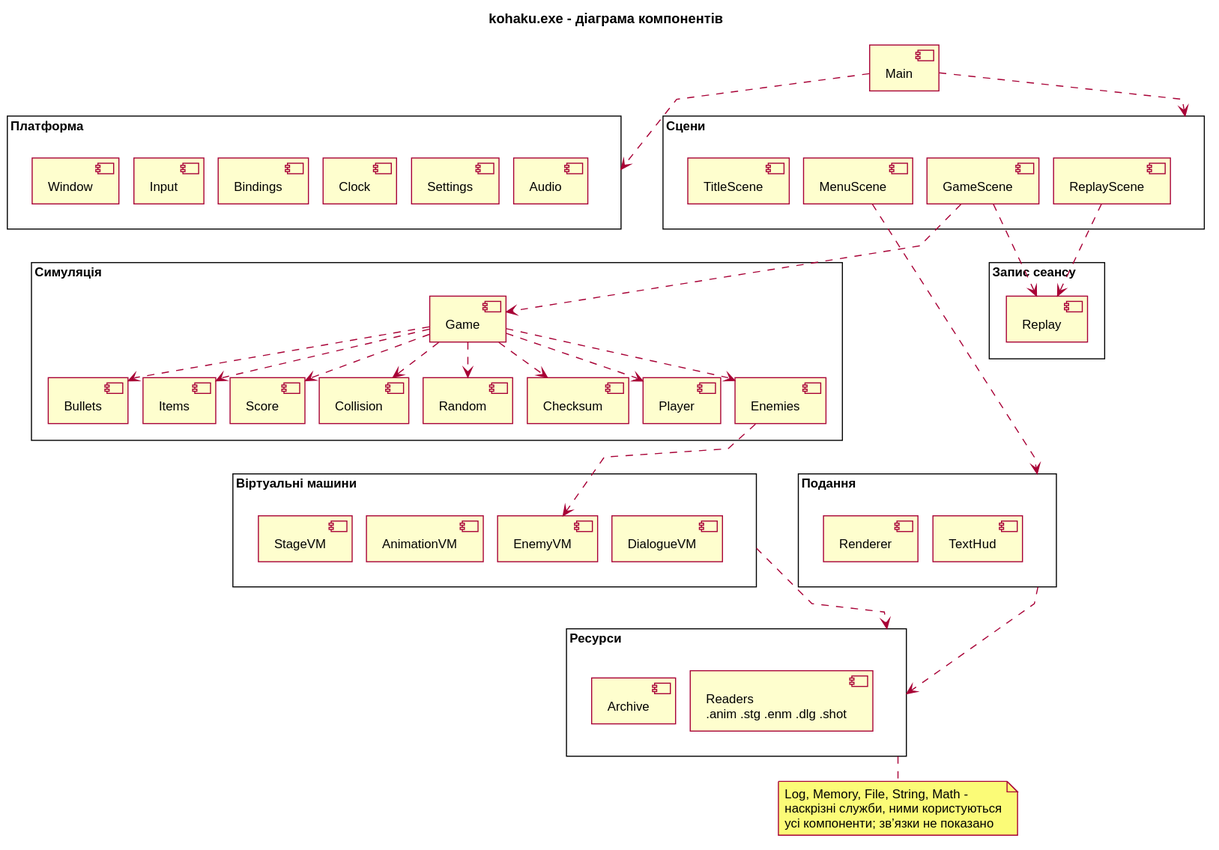
kostenuksoft/th-esis keeps this PlantUML diagram as docs/diagrams/level3-components.svg. Above is the earlier version.
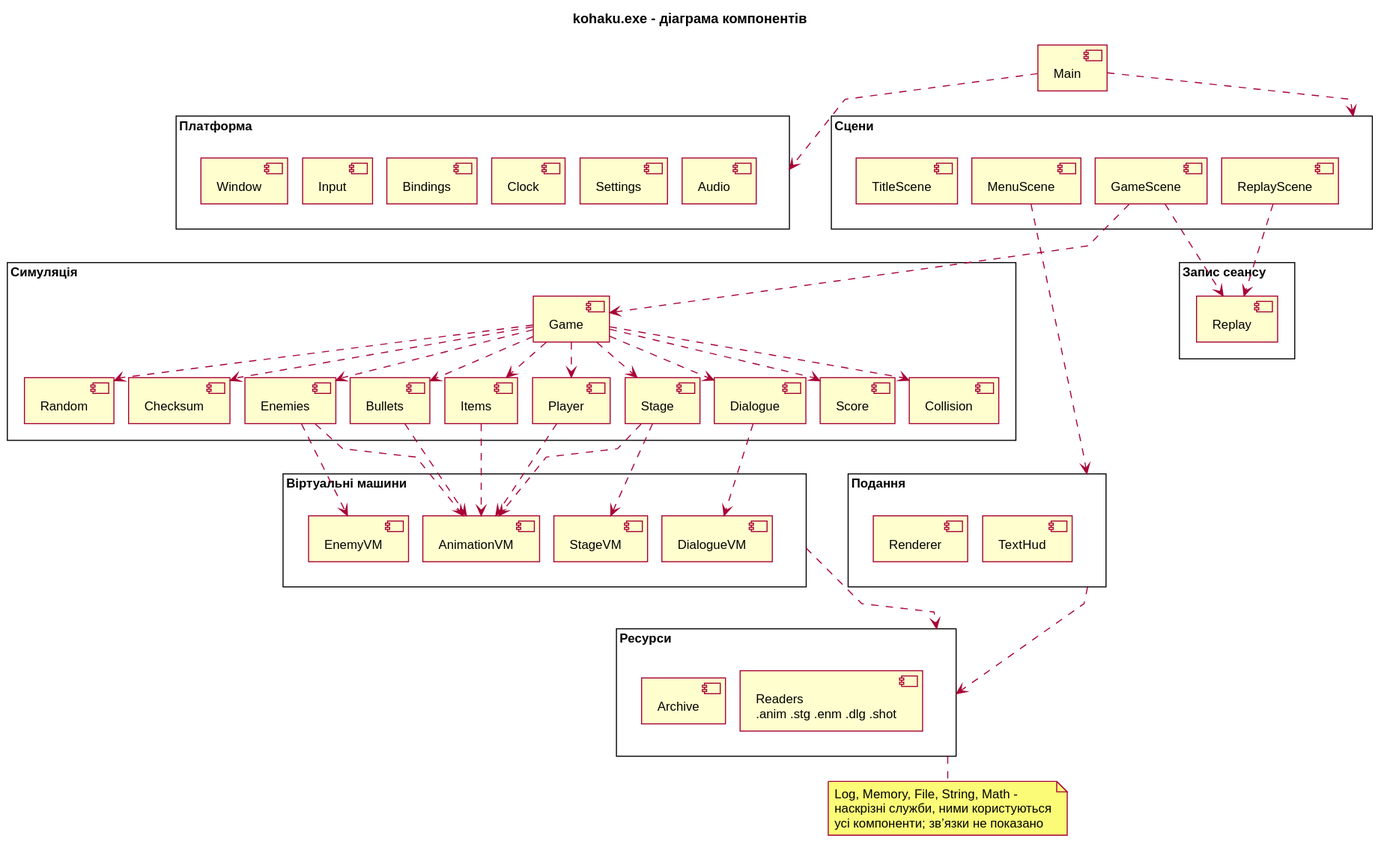
Above is the later version.

What changed in the source:
```diff
@@ -24,6 +24,8 @@
 
 package "Симуляція" as simulation {
   component "Game" as game
+  component "Stage" as stage
+  component "Dialogue" as dialogue
   component "Player" as player
   component "Enemies" as enemies
   component "Bullets" as bullets
@@ -60,6 +62,8 @@
 gamescene ..> game
 gamescene ..> replay
 replayscene ..> replay
+game ..> stage
+game ..> dialogue
 game ..> player
 game ..> enemies
 game ..> bullets
@@ -68,7 +72,14 @@
 game ..> collision
 game ..> random
 game ..> checksum
+stage ..> stagevm
+stage ..> animvm
+dialogue ..> dialoguevm
+player ..> animvm
 enemies ..> enemyvm
+enemies ..> animvm
+bullets ..> animvm
+items ..> animvm
 menu ..> presentation
 vms ..> resources
 presentation ..> resources
@@ -77,8 +88,17 @@
 bindings -[hidden]right- clock
 clock -[hidden]right- settings
 settings -[hidden]right- audio
-stagevm -[hidden]right- animvm
-animvm -[hidden]right- enemyvm
-enemyvm -[hidden]right- dialoguevm
+score -[hidden]right- collision
+collision -[hidden]right- random
+random -[hidden]right- checksum
+checksum -[hidden]right- enemies
+enemies -[hidden]right- player
+player -[hidden]right- bullets
+bullets -[hidden]right- items
+items -[hidden]right- stage
+stage -[hidden]right- dialogue
+enemyvm -[hidden]right- animvm
+animvm -[hidden]right- stagevm
+stagevm -[hidden]right- dialoguevm
 note bottom of resources : Log, Memory, File, String, Math -\nнаскрізні служби, ними користуються\nусі компоненти; зв’язки не показано
 @enduml
```
